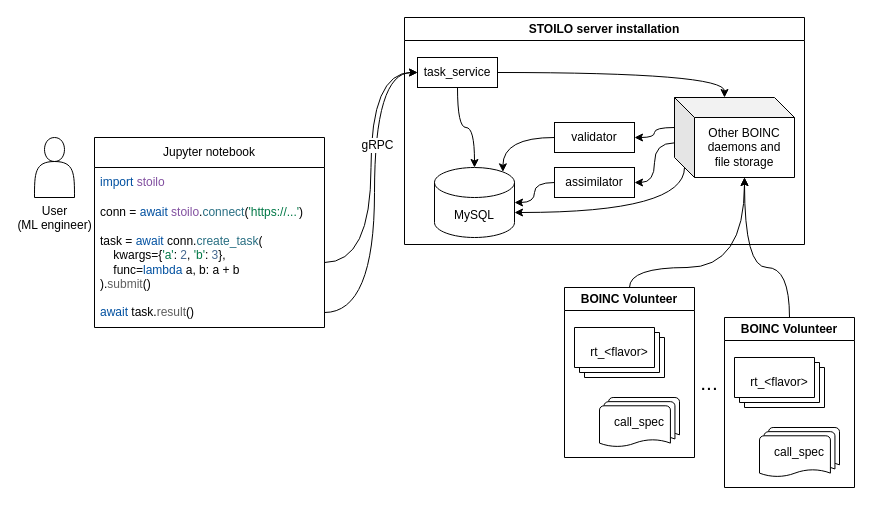
Earlier version of the draw.io diagram text/figures/stoilo_overall.drawio (sermir2003/stoilo). Source tidied: cells renumbered, new cells numbered last; positions are measured from the earlier drawing's top-left corner, leaving out a move shared by most shapes. Both pictures are drawn from the tidied source at 100%, with x=0, y=0 at pixel (34, 17).
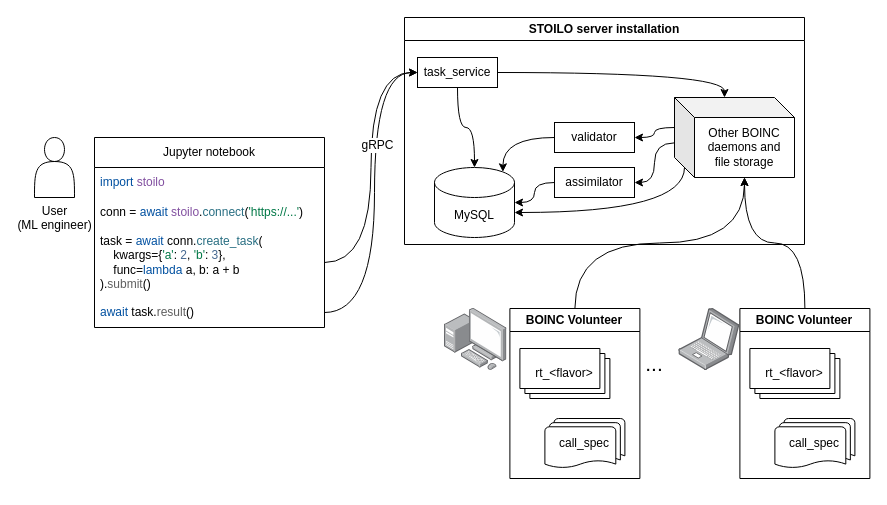
Above is the later version.

Unchanged cells that the change refers to:
```xml
<mxCell id="15" value="Other BOINC daemons and file&lt;span style=&quot;background-color: transparent; color: light-dark(rgb(0, 0, 0), rgb(255, 255, 255));&quot;&gt;&amp;nbsp;storage&lt;/span&gt;" style="shape=cube;whiteSpace=wrap;html=1;boundedLbl=1;backgroundOutline=1;darkOpacity=0.05;darkOpacity2=0.1;" parent="8" vertex="1">
  <mxGeometry x="270" y="80" width="120" height="80" as="geometry" />
</mxCell>
```

Diff of the diagram source:
```diff
@@
     <mxCell id="23" value="BOINC Volunteer" style="swimlane;whiteSpace=wrap;html=1;" parent="1" vertex="1">
-      <mxGeometry x="530" y="270" width="130" height="170" as="geometry" />
+      <mxGeometry x="475.4" y="291" width="130" height="170" as="geometry" />
     </mxCell>
@@
     <mxCell id="26" value="BOINC Volunteer" style="swimlane;whiteSpace=wrap;html=1;" parent="1" vertex="1">
-      <mxGeometry x="690" y="300" width="130" height="170" as="geometry" />
+      <mxGeometry x="705.4" y="291" width="130" height="170" as="geometry" />
     </mxCell>
@@
-    <mxCell id="29" style="rounded=0;jettySize=auto;html=1;exitX=0;exitY=0;exitDx=70;exitDy=80;exitPerimeter=0;entryX=0.5;entryY=0;entryDx=0;entryDy=0;edgeStyle=orthogonalEdgeStyle;curved=1;startArrow=classic;startFill=1;endArrow=none;endFill=0;" parent="1" edge="1" source="15" target="23">
-      <mxGeometry relative="1" as="geometry">
-        <Array as="points">
-          <mxPoint x="710" y="250" />
-          <mxPoint x="595" y="250" />
-        </Array>
-      </mxGeometry>
-    </mxCell>
-    <mxCell id="30" style="edgeStyle=orthogonalEdgeStyle;curved=1;rounded=0;jettySize=auto;html=1;exitX=0;exitY=0;exitDx=70;exitDy=80;exitPerimeter=0;entryX=0.5;entryY=0;entryDx=0;entryDy=0;startArrow=classic;startFill=1;endArrow=none;endFill=0;" parent="1" edge="1" source="15" target="26">
-      <mxGeometry relative="1" as="geometry">
-        <Array as="points">
-          <mxPoint x="710" y="250" />
-          <mxPoint x="755" y="250" />
-        </Array>
-      </mxGeometry>
-    </mxCell>
     <mxCell id="31" value="..." style="text;html=1;align=center;verticalAlign=middle;whiteSpace=wrap;rounded=0;fontSize=21;" parent="1" vertex="1">
-      <mxGeometry x="660" y="350" width="30" height="30" as="geometry" />
+      <mxGeometry x="605.4" y="331" width="30" height="30" as="geometry" />
     </mxCell>
+    <mxCell id="32" style="image;html=1;align=center;shadow=0;dashed=0;image=img/lib/allied_telesis/computer_and_terminals/Laptop.svg;" parent="1" vertex="1">
+      <mxGeometry x="644.3" y="291" width="61.1" height="62" as="geometry" />
+    </mxCell>
+    <mxCell id="33" style="image;html=1;align=center;shadow=0;dashed=0;image=img/lib/allied_telesis/computer_and_terminals/Personal_Computer_with_Server.svg;" parent="1" vertex="1">
+      <mxGeometry x="410" y="290.6" width="62.4" height="62.4" as="geometry" />
+    </mxCell>
+    <mxCell id="34" style="edgeStyle=orthogonalEdgeStyle;curved=1;rounded=0;jettySize=auto;html=1;exitX=0.5;exitY=0;exitDx=0;exitDy=0;entryX=0;entryY=0;entryDx=70;entryDy=80;entryPerimeter=0;" parent="1" edge="1" source="23" target="15">
+      <mxGeometry relative="1" as="geometry" />
+    </mxCell>
+    <mxCell id="35" style="edgeStyle=orthogonalEdgeStyle;curved=1;rounded=0;jettySize=auto;html=1;exitX=0.5;exitY=0;exitDx=0;exitDy=0;entryX=0;entryY=0;entryDx=70;entryDy=80;entryPerimeter=0;" parent="1" edge="1" source="26" target="15">
+      <mxGeometry relative="1" as="geometry" />
+    </mxCell>
```
